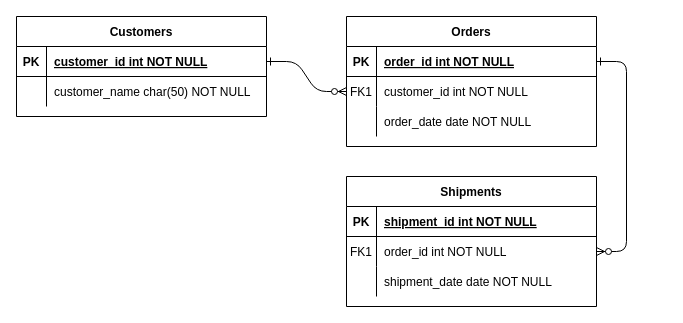
Above: project.drawio in playingincode/introductoryhtml (draw.io), before the change. Source tidied: cells renumbered, new cells numbered last; positions are measured from the earlier drawing's top-left corner, leaving out a move shared by most shapes. Both pictures are drawn from the tidied source at 100%, with x=0, y=0 at pixel (16, 16).
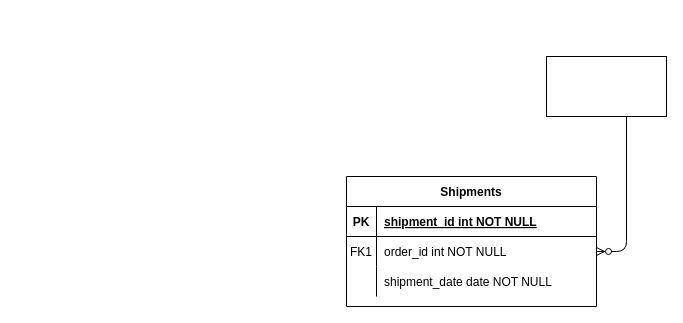
The same page after the edit.

Unchanged cells that the change refers to:
```xml
<mxCell id="18" style="shape=partialRectangle;fillColor=none;points=[[0,0.5],[1,0.5]];portConstraint=eastwest;top=0;left=0;right=0;bottom=0;" parent="14" vertex="1">
  <mxGeometry y="60" width="250" height="30" as="geometry" />
</mxCell>
```

Change to the diagram source:
```diff
@@
-    <mxCell id="2" style="edgeStyle=entityRelationEdgeStyle;endArrow=ERzeroToMany;startArrow=ERone;endFill=1;startFill=0;" parent="1" edge="1" source="25" target="8">
-      <mxGeometry relative="1" as="geometry" />
-    </mxCell>
-    <mxCell id="3" style="edgeStyle=entityRelationEdgeStyle;endArrow=ERzeroToMany;startArrow=ERone;endFill=1;startFill=0;" parent="1" edge="1" source="5" target="18">
-      <mxGeometry relative="1" as="geometry" />
+    <mxCell id="3" style="edgeStyle=entityRelationEdgeStyle;endArrow=ERzeroToMany;startArrow=ERone;endFill=1;startFill=0;" parent="1" edge="1" target="18">
+      <mxGeometry relative="1" as="geometry">
+        <mxPoint x="580" y="45" as="sourcePoint" />
+      </mxGeometry>
     </mxCell>
-    <mxCell id="4" value="Orders" style="shape=table;startSize=30;childLayout=tableLayout;rowLines=0;fontStyle=1;align=center;" parent="1" vertex="1">
-      <mxGeometry x="330" width="250" height="130" as="geometry" />
-    </mxCell>
-    <mxCell id="5" style="shape=partialRectangle;fillColor=none;points=[[0,0.5],[1,0.5]];portConstraint=eastwest;top=0;left=0;right=0;bottom=1;" parent="4" vertex="1">
-      <mxGeometry y="30" width="250" height="30" as="geometry" />
-    </mxCell>
-    <mxCell id="6" value="PK" style="shape=partialRectangle;overflow=hidden;fillColor=none;top=0;left=0;bottom=0;right=0;fontStyle=1;" parent="5" vertex="1">
-      <mxGeometry width="30" height="30" as="geometry" />
-    </mxCell>
-    <mxCell id="7" value="order_id int NOT NULL " style="shape=partialRectangle;overflow=hidden;fillColor=none;top=0;left=0;bottom=0;right=0;align=left;spacingLeft=6;fontStyle=5;" parent="5" vertex="1">
-      <mxGeometry x="30" width="220" height="30" as="geometry" />
-    </mxCell>
-    <mxCell id="8" style="shape=partialRectangle;fillColor=none;points=[[0,0.5],[1,0.5]];portConstraint=eastwest;top=0;left=0;right=0;bottom=0;" parent="4" vertex="1">
-      <mxGeometry y="60" width="250" height="30" as="geometry" />
-    </mxCell>
-    <mxCell id="9" value="FK1" style="shape=partialRectangle;overflow=hidden;fillColor=none;top=0;left=0;bottom=0;right=0;" parent="8" vertex="1">
-      <mxGeometry width="30" height="30" as="geometry" />
-    </mxCell>
-    <mxCell id="10" value="customer_id int NOT NULL" style="shape=partialRectangle;overflow=hidden;fillColor=none;top=0;left=0;bottom=0;right=0;align=left;spacingLeft=6;" parent="8" vertex="1">
-      <mxGeometry x="30" width="220" height="30" as="geometry" />
-    </mxCell>
-    <mxCell id="11" style="shape=partialRectangle;fillColor=none;top=0;left=0;right=0;bottom=0;" parent="4" vertex="1">
-      <mxGeometry y="90" width="250" height="30" as="geometry" />
-    </mxCell>
-    <mxCell id="12" style="shape=partialRectangle;overflow=hidden;fillColor=none;top=0;left=0;bottom=0;right=0;" parent="11" vertex="1">
-      <mxGeometry width="30" height="30" as="geometry" />
-    </mxCell>
-    <mxCell id="13" value="order_date date NOT NULL" style="shape=partialRectangle;overflow=hidden;fillColor=none;top=0;left=0;bottom=0;right=0;align=left;spacingLeft=6;" parent="11" vertex="1">
-      <mxGeometry x="30" width="220" height="30" as="geometry" />
-    </mxCell>
@@
-    <mxCell id="24" value="Customers" style="shape=table;startSize=30;childLayout=tableLayout;rowLines=0;fontStyle=1;align=center;" parent="1" vertex="1">
-      <mxGeometry width="250" height="100" as="geometry" />
-    </mxCell>
-    <mxCell id="25" style="shape=partialRectangle;fillColor=none;points=[[0,0.5],[1,0.5]];portConstraint=eastwest;top=0;left=0;right=0;bottom=1;" parent="24" vertex="1">
-      <mxGeometry y="30" width="250" height="30" as="geometry" />
-    </mxCell>
-    <mxCell id="26" value="PK" style="shape=partialRectangle;overflow=hidden;fillColor=none;top=0;left=0;bottom=0;right=0;fontStyle=1;" parent="25" vertex="1">
-      <mxGeometry width="30" height="30" as="geometry" />
-    </mxCell>
-    <mxCell id="27" value="customer_id int NOT NULL " style="shape=partialRectangle;overflow=hidden;fillColor=none;top=0;left=0;bottom=0;right=0;align=left;spacingLeft=6;fontStyle=5;" parent="25" vertex="1">
-      <mxGeometry x="30" width="220" height="30" as="geometry" />
-    </mxCell>
-    <mxCell id="28" style="shape=partialRectangle;fillColor=none;top=0;left=0;right=0;bottom=0;" parent="24" vertex="1">
-      <mxGeometry y="60" width="250" height="30" as="geometry" />
-    </mxCell>
-    <mxCell id="29" style="shape=partialRectangle;overflow=hidden;fillColor=none;top=0;left=0;bottom=0;right=0;" parent="28" vertex="1">
-      <mxGeometry width="30" height="30" as="geometry" />
-    </mxCell>
-    <mxCell id="30" value="customer_name char(50) NOT NULL" style="shape=partialRectangle;overflow=hidden;fillColor=none;top=0;left=0;bottom=0;right=0;align=left;spacingLeft=6;" parent="28" vertex="1">
-      <mxGeometry x="30" width="220" height="30" as="geometry" />
-    </mxCell>
+    <mxCell id="31" style="whiteSpace=wrap;html=1;" parent="1" vertex="1">
+      <mxGeometry x="530" y="40" width="120" height="60" as="geometry" />
+    </mxCell>
```
